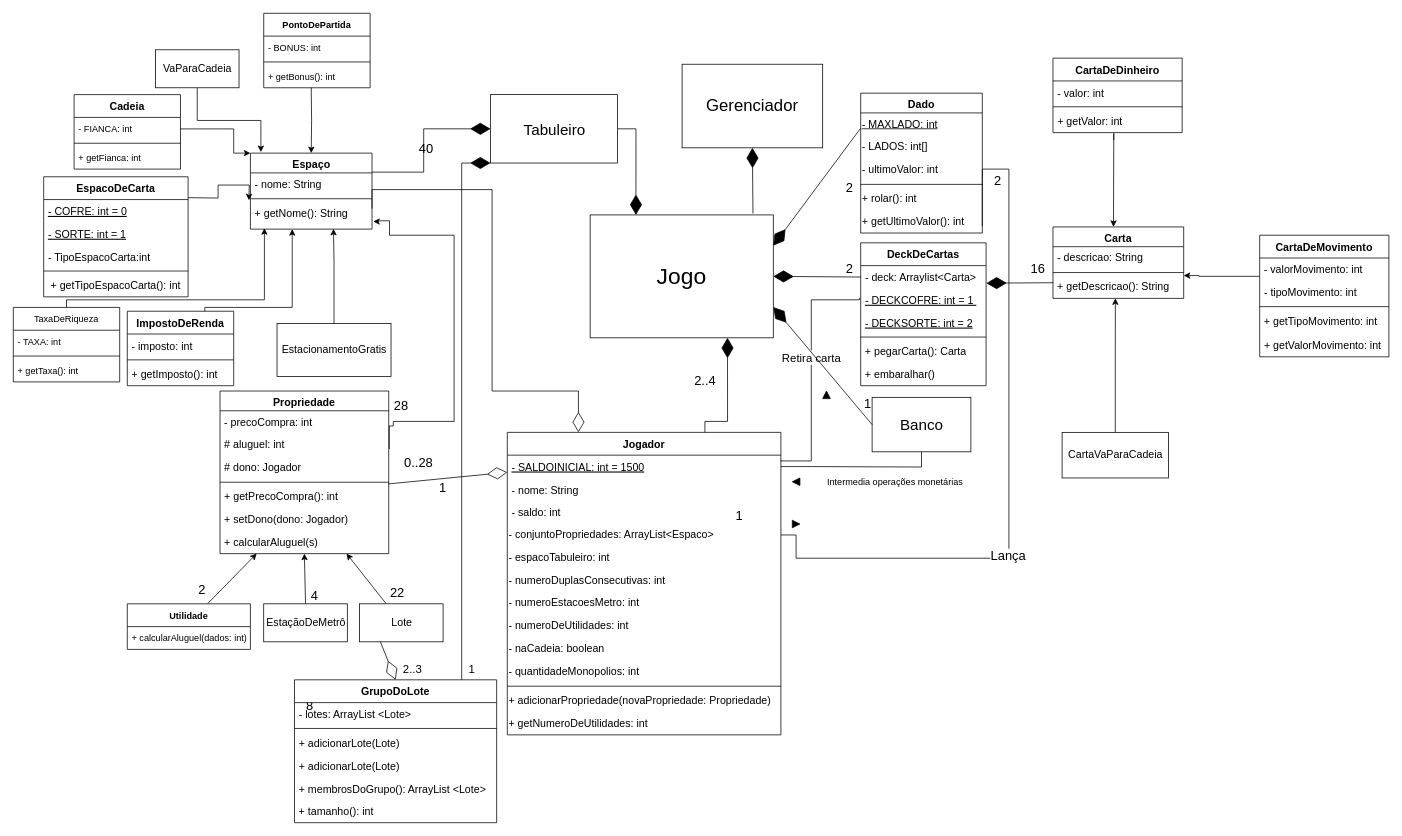
Above: Monopoly - G1.drawio in rafaelbarbeta/Monopoly (draw.io), before the change. Source tidied: cells renumbered, new cells numbered last; positions are measured from the earlier drawing's top-left corner, leaving out a move shared by most shapes. Both pictures are drawn from the tidied source at 76%, with x=0, y=0 at pixel (13, 13).
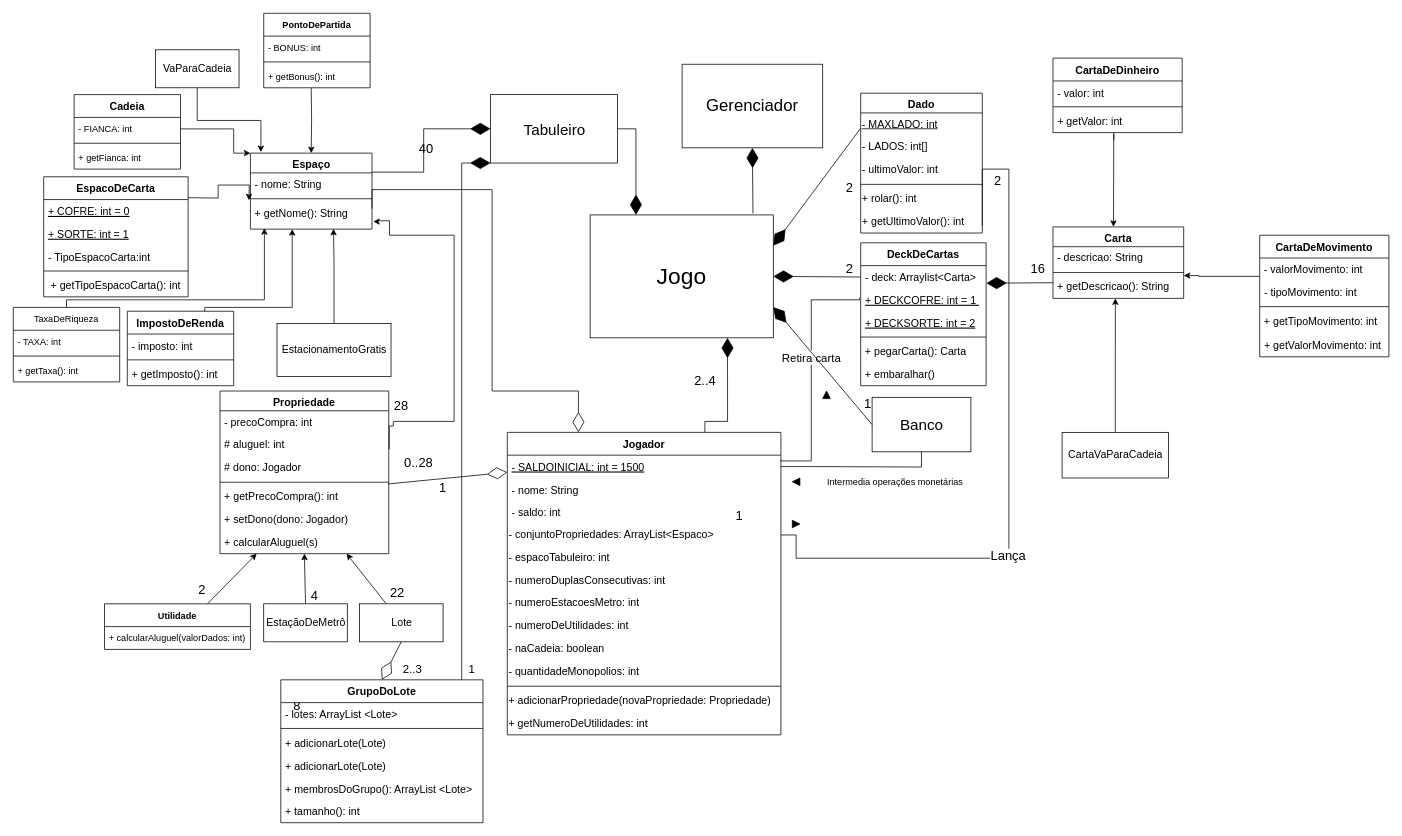
The same page after the edit.

The change refers to these unchanged cells:
```xml
<mxCell id="25" value="Lote" style="html=1;fontSize=14;" parent="1" vertex="1">
  <mxGeometry x="455.5" y="777" width="110" height="50" as="geometry" />
</mxCell>
<mxCell id="87" value="DeckDeCartas" style="swimlane;fontStyle=1;horizontal=1;startSize=30;fontSize=14;" parent="1" vertex="1">
  <mxGeometry x="1115" y="302" width="165" height="188" as="geometry" />
</mxCell>
<mxCell id="98" value="EspacoDeCarta" style="swimlane;fontStyle=1;horizontal=1;startSize=30;fontSize=14;" parent="1" vertex="1">
  <mxGeometry x="40" y="215.1" width="190" height="158" as="geometry" />
</mxCell>
```

Diff of the diagram source:
```diff
@@
-    <mxCell id="52" style="endArrow=diamondThin;endFill=0;endSize=24;html=1;rounded=0;exitX=0.25;exitY=1;exitDx=0;exitDy=0;entryX=0.5;entryY=0;entryDx=0;entryDy=0;" parent="1" edge="1" source="25" target="104">
+    <mxCell id="52" style="endArrow=diamondThin;endFill=0;endSize=24;html=1;rounded=0;exitX=0.5;exitY=1;exitDx=0;exitDy=0;entryX=0.5;entryY=0;entryDx=0;entryDy=0;" parent="1" edge="1" source="25" target="104">
       <mxGeometry relative="1" as="geometry" />
     </mxCell>
@@
-    <mxCell id="89" value="- DECKCOFRE: int = 1 " style="text;strokeColor=none;fillColor=none;align=left;verticalAlign=middle;spacingLeft=4;spacingRight=4;overflow=hidden;points=[[0,0.5],[1,0.5]];portConstraint=eastwest;fontSize=14;fontStyle=4;" parent="87" vertex="1">
+    <mxCell id="89" value="+ DECKCOFRE: int = 1 " style="text;strokeColor=none;fillColor=none;align=left;verticalAlign=middle;spacingLeft=4;spacingRight=4;overflow=hidden;points=[[0,0.5],[1,0.5]];portConstraint=eastwest;fontSize=14;fontStyle=4;" parent="87" vertex="1">
       <mxGeometry y="60" width="165" height="30" as="geometry" />
     </mxCell>
-    <mxCell id="90" value="- DECKSORTE: int = 2" style="text;strokeColor=none;fillColor=none;align=left;verticalAlign=middle;spacingLeft=4;spacingRight=4;overflow=hidden;fontSize=14;fontStyle=4;" parent="87" vertex="1">
+    <mxCell id="90" value="+ DECKSORTE: int = 2" style="text;strokeColor=none;fillColor=none;align=left;verticalAlign=middle;spacingLeft=4;spacingRight=4;overflow=hidden;fontSize=14;fontStyle=4;" parent="87" vertex="1">
       <mxGeometry y="90" width="165" height="30" as="geometry" />
     </mxCell>
@@
-    <mxCell id="99" value="- COFRE: int = 0" style="text;strokeColor=none;fillColor=none;align=left;verticalAlign=middle;spacingLeft=4;spacingRight=4;overflow=hidden;fontSize=14;fontStyle=4;" parent="98" vertex="1">
+    <mxCell id="99" value="+ COFRE: int = 0" style="text;strokeColor=none;fillColor=none;align=left;verticalAlign=middle;spacingLeft=4;spacingRight=4;overflow=hidden;fontSize=14;fontStyle=4;" parent="98" vertex="1">
       <mxGeometry y="30" width="190" height="30" as="geometry" />
     </mxCell>
-    <mxCell id="100" value="- SORTE: int = 1" style="text;strokeColor=none;fillColor=none;align=left;verticalAlign=middle;spacingLeft=4;spacingRight=4;overflow=hidden;fontSize=14;fontStyle=4;" parent="98" vertex="1">
+    <mxCell id="100" value="+ SORTE: int = 1" style="text;strokeColor=none;fillColor=none;align=left;verticalAlign=middle;spacingLeft=4;spacingRight=4;overflow=hidden;fontSize=14;fontStyle=4;" parent="98" vertex="1">
       <mxGeometry y="60" width="190" height="30" as="geometry" />
     </mxCell>
@@
     <mxCell id="104" value="GrupoDoLote" style="swimlane;fontStyle=1;horizontal=1;startSize=30;fontSize=14;" parent="1" vertex="1">
-      <mxGeometry x="370" y="877" width="266" height="188" as="geometry" />
+      <mxGeometry x="352" y="877" width="266" height="188" as="geometry" />
     </mxCell>
@@
     <mxCell id="137" value="Utilidade" style="swimlane;fontStyle=1;horizontal=1;startSize=30;fontSize=12;" parent="1" vertex="1">
-      <mxGeometry x="150" y="777" width="162" height="60" as="geometry" />
+      <mxGeometry x="120" y="777" width="192" height="60" as="geometry" />
     </mxCell>
-    <mxCell id="138" value="+ calcularAluguel(dados: int)" style="text;strokeColor=none;fillColor=none;align=left;verticalAlign=middle;spacingLeft=4;spacingRight=4;overflow=hidden;fontSize=12;" parent="137" vertex="1">
-      <mxGeometry y="30" width="162" height="30" as="geometry" />
+    <mxCell id="138" value="+ calcularAluguel(valorDados: int)" style="text;strokeColor=none;fillColor=none;align=left;verticalAlign=middle;spacingLeft=4;spacingRight=4;overflow=hidden;fontSize=12;" parent="137" vertex="1">
+      <mxGeometry y="30" width="192" height="30" as="geometry" />
     </mxCell>
```
